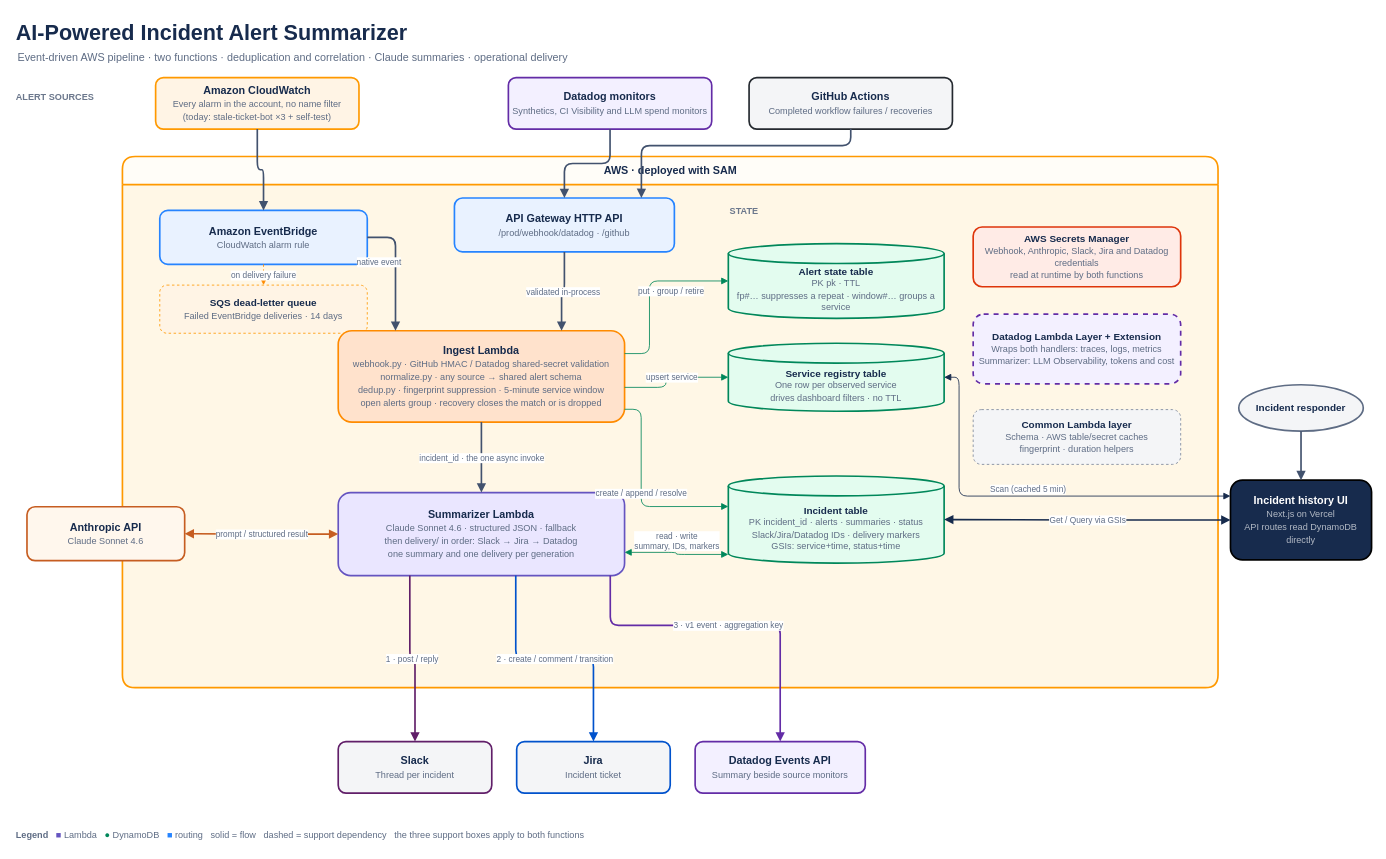
snacksnack/ai-incident-summarizer keeps this draw.io diagram as docs/architecture.drawio. Above is the earlier version. Source tidied: cells renumbered, new cells numbered last; positions are measured from the earlier drawing's top-left corner, leaving out a move shared by most shapes. Both pictures are drawn from the tidied source at 83%, with x=0, y=0 at pixel (14, 14).
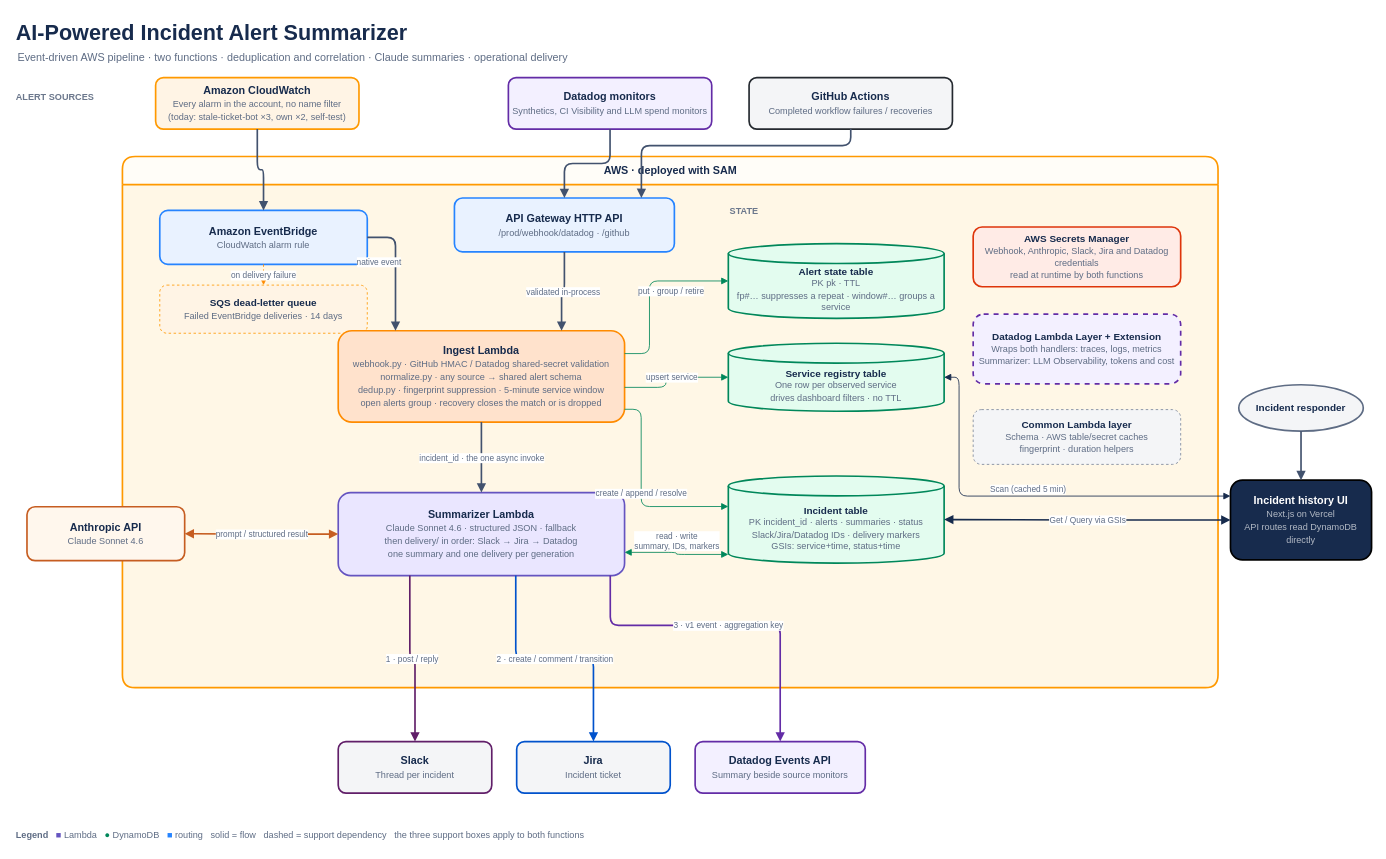
The same page after the edit.

Diff of the diagram source:
```diff
@@
-    <mxCell id="5" value="&lt;b&gt;Amazon CloudWatch&lt;/b&gt;&lt;br&gt;&lt;font style=&quot;font-size:11px;color:#5E6C84&quot;&gt;Every alarm in the account, no name filter&lt;br&gt;(today: stale-ticket-bot ×3 + self-test)&lt;/font&gt;" style="rounded=1;whiteSpace=wrap;html=1;fillColor=#FFF4E5;strokeColor=#FF9900;strokeWidth=2;fontSize=13;fontColor=#172B4D;" parent="1" vertex="1">
+    <mxCell id="5" value="&lt;b&gt;Amazon CloudWatch&lt;/b&gt;&lt;br&gt;&lt;font style=&quot;font-size:11px;color:#5E6C84&quot;&gt;Every alarm in the account, no name filter&lt;br&gt;(today: stale-ticket-bot ×3, own ×2, self-test)&lt;/font&gt;" style="rounded=1;whiteSpace=wrap;html=1;fillColor=#FFF4E5;strokeColor=#FF9900;strokeWidth=2;fontSize=13;fontColor=#172B4D;" parent="1" vertex="1">
       <mxGeometry x="170" y="76" width="245" height="62" as="geometry" />
     </mxCell>
```
